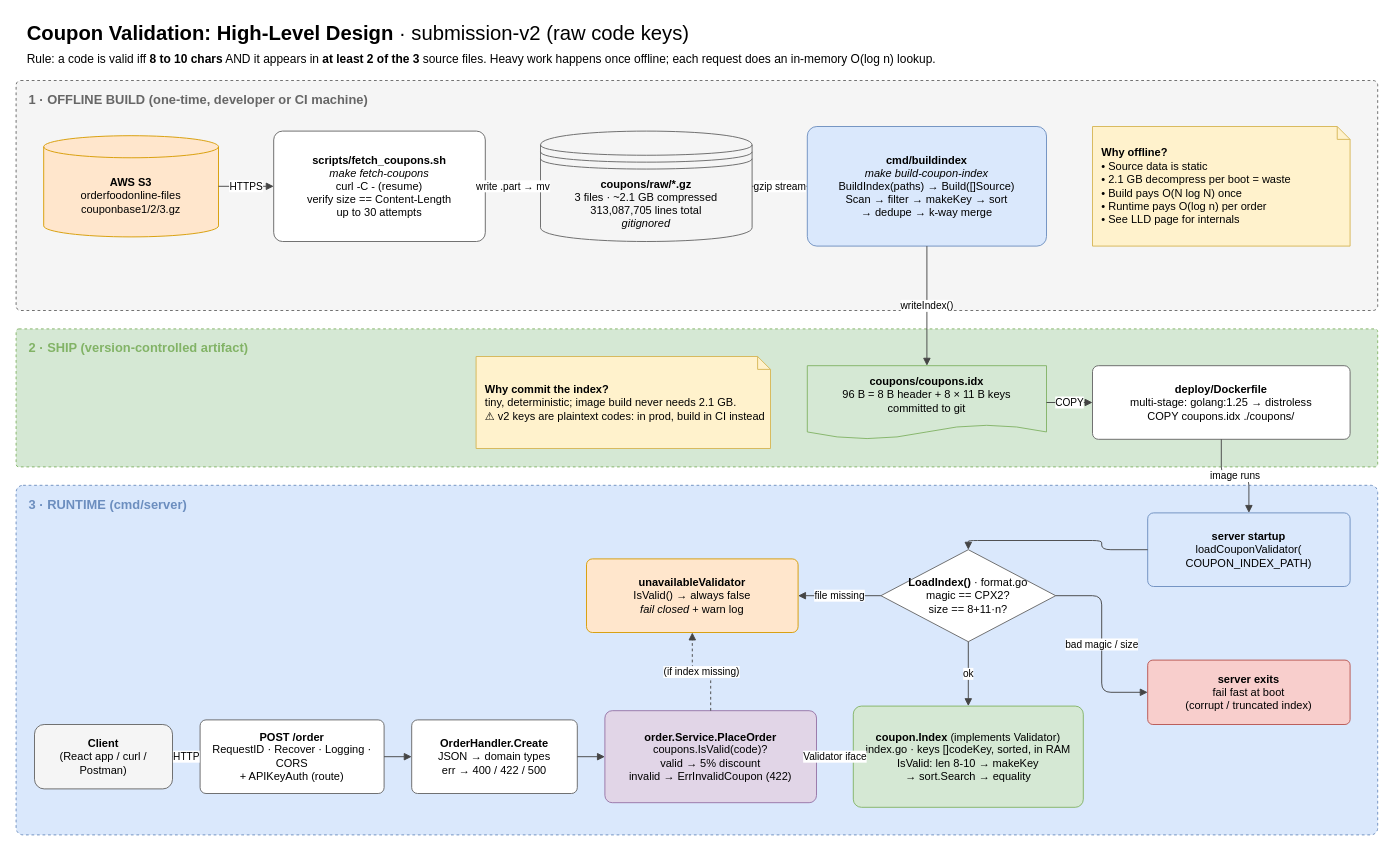
Above: page "HLD - Coupon validation" (1 of 4) of docs/diagrams/coupon.drawio in Vasanth-Korada/oolio-kart-challenge (draw.io), before the change. Source tidied: cells renumbered, new cells numbered last; positions are measured from the earlier drawing's top-left corner, leaving out a move shared by most shapes. Both pictures are drawn from the tidied source at 92%, with x=0, y=0 at pixel (16, 16).
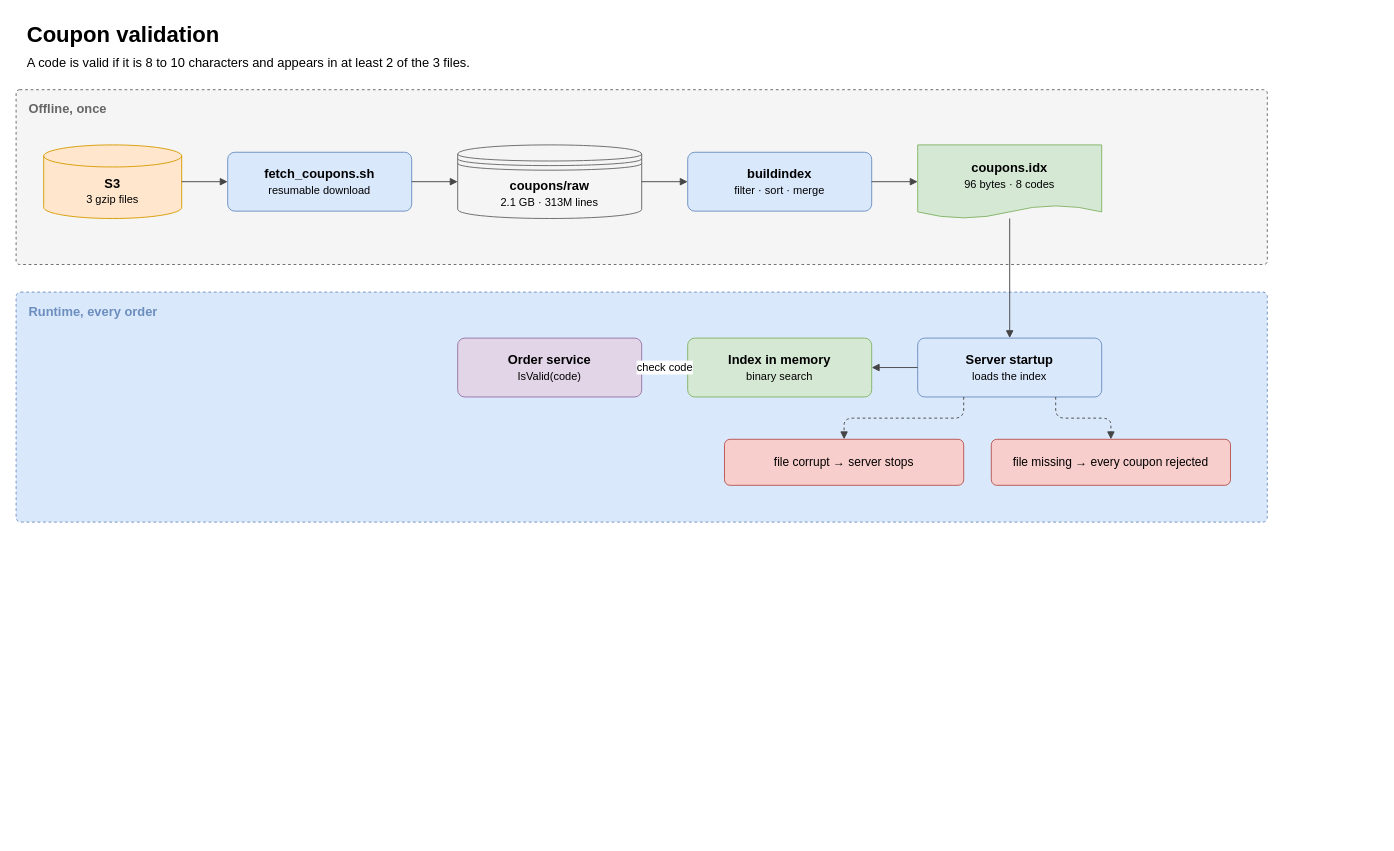
Above is the later version.

Diff of the diagram source:
```diff
@@
-    <mxCell id="2" value="&lt;b&gt;Coupon Validation: High-Level Design&lt;/b&gt;  ·  submission-v2 (raw code keys)" style="text;html=1;whiteSpace=wrap;align=left;verticalAlign=top;fontSize=22;" parent="1" vertex="1">
-      <mxGeometry x="10" width="900" height="30" as="geometry" />
-    </mxCell>
-    <mxCell id="3" value="Rule: a code is valid iff &lt;b&gt;8 to 10 chars&lt;/b&gt; AND it appears in &lt;b&gt;at least 2 of the 3&lt;/b&gt; source files. Heavy work happens once offline; each request does an in-memory O(log n) lookup." style="text;html=1;whiteSpace=wrap;align=left;verticalAlign=top;fontSize=13;" parent="1" vertex="1">
-      <mxGeometry x="10" y="32" width="1400" height="24" as="geometry" />
-    </mxCell>
-    <mxCell id="4" value="1 · OFFLINE BUILD (one-time, developer or CI machine)" style="rounded=1;arcSize=2;dashed=1;whiteSpace=wrap;html=1;fillColor=#f5f5f5;strokeColor=#666666;fontSize=12;verticalAlign=top;align=left;spacingLeft=12;spacingTop=6;fontStyle=1;fontSize=14;fontColor=#666666;" parent="1" vertex="1">
-      <mxGeometry y="70" width="1480" height="250" as="geometry" />
-    </mxCell>
-    <mxCell id="5" value="&lt;b&gt;AWS S3&lt;/b&gt;&lt;br&gt;orderfoodonline-files&lt;br&gt;couponbase1/2/3.gz" style="shape=cylinder3;boundedLbl=1;backgroundOutline=1;size=12;whiteSpace=wrap;html=1;fillColor=#ffe6cc;strokeColor=#d79b00;fontSize=12;" parent="1" vertex="1">
-      <mxGeometry x="30" y="130" width="190" height="110" as="geometry" />
-    </mxCell>
-    <mxCell id="6" value="&lt;b&gt;scripts/fetch_coupons.sh&lt;/b&gt;&lt;br&gt;&lt;i&gt;make fetch-coupons&lt;/i&gt;&lt;br&gt;curl -C - (resume)&lt;br&gt;verify size == Content-Length&lt;br&gt;up to 30 attempts" style="rounded=1;arcSize=8;whiteSpace=wrap;html=1;fillColor=#ffffff;strokeColor=#666666;fontSize=12;" parent="1" vertex="1">
-      <mxGeometry x="280" y="125" width="230" height="120" as="geometry" />
-    </mxCell>
-    <mxCell id="7" value="&lt;b&gt;coupons/raw/*.gz&lt;/b&gt;&lt;br&gt;3 files · ~2.1 GB compressed&lt;br&gt;313,087,705 lines total&lt;br&gt;&lt;i&gt;gitignored&lt;/i&gt;" style="shape=datastore;whiteSpace=wrap;html=1;fillColor=#f5f5f5;strokeColor=#666666;fontSize=12;" parent="1" vertex="1">
-      <mxGeometry x="570" y="125" width="230" height="120" as="geometry" />
-    </mxCell>
-    <mxCell id="8" value="&lt;b&gt;cmd/buildindex&lt;/b&gt;&lt;br&gt;&lt;i&gt;make build-coupon-index&lt;/i&gt;&lt;br&gt;BuildIndex(paths) → Build([]Source)&lt;br&gt;Scan → filter → makeKey → sort&lt;br&gt;→ dedupe → k-way merge" style="rounded=1;arcSize=8;whiteSpace=wrap;html=1;fillColor=#dae8fc;strokeColor=#6c8ebf;fontSize=12;" parent="1" vertex="1">
-      <mxGeometry x="860" y="120" width="260" height="130" as="geometry" />
-    </mxCell>
-    <mxCell id="9" value="&lt;b&gt;Why offline?&lt;/b&gt;&lt;br&gt;• Source data is static&lt;br&gt;• 2.1 GB decompress per boot = waste&lt;br&gt;• Build pays O(N log N) once&lt;br&gt;• Runtime pays O(log n) per order&lt;br&gt;• See LLD page for internals" style="shape=note;size=14;whiteSpace=wrap;html=1;fillColor=#fff2cc;strokeColor=#d6b656;fontSize=12;align=left;spacingLeft=8;" parent="1" vertex="1">
-      <mxGeometry x="1170" y="120" width="280" height="130" as="geometry" />
-    </mxCell>
-    <mxCell id="10" value="HTTPS" style="edgeStyle=orthogonalEdgeStyle;rounded=1;html=1;endArrow=block;endFill=1;strokeColor=#444444;fontSize=11;labelBackgroundColor=#ffffff;" parent="1" edge="1" source="5" target="6">
-      <mxGeometry relative="1" as="geometry" />
-    </mxCell>
-    <mxCell id="11" value="write .part → mv" style="edgeStyle=orthogonalEdgeStyle;rounded=1;html=1;endArrow=block;endFill=1;strokeColor=#444444;fontSize=11;labelBackgroundColor=#ffffff;" parent="1" edge="1" source="6" target="7">
-      <mxGeometry relative="1" as="geometry" />
-    </mxCell>
-    <mxCell id="12" value="gzip stream" style="edgeStyle=orthogonalEdgeStyle;rounded=1;html=1;endArrow=block;endFill=1;strokeColor=#444444;fontSize=11;labelBackgroundColor=#ffffff;" parent="1" edge="1" source="7" target="8">
-      <mxGeometry relative="1" as="geometry" />
-    </mxCell>
-    <mxCell id="13" value="2 · SHIP (version-controlled artifact)" style="rounded=1;arcSize=2;dashed=1;whiteSpace=wrap;html=1;fillColor=#d5e8d4;strokeColor=#82b366;fontSize=12;verticalAlign=top;align=left;spacingLeft=12;spacingTop=6;fontStyle=1;fontSize=14;fontColor=#82b366;" parent="1" vertex="1">
-      <mxGeometry y="340" width="1480" height="150" as="geometry" />
-    </mxCell>
-    <mxCell id="14" value="&lt;b&gt;coupons/coupons.idx&lt;/b&gt;&lt;br&gt;96 B = 8 B header + 8 × 11 B keys&lt;br&gt;committed to git" style="shape=document;boundedLbl=1;size=0.2;whiteSpace=wrap;html=1;fillColor=#d5e8d4;strokeColor=#82b366;fontSize=12;" parent="1" vertex="1">
-      <mxGeometry x="860" y="380" width="260" height="80" as="geometry" />
-    </mxCell>
-    <mxCell id="15" value="&lt;b&gt;deploy/Dockerfile&lt;/b&gt;&lt;br&gt;multi-stage: golang:1.25 → distroless&lt;br&gt;COPY coupons.idx ./coupons/" style="rounded=1;arcSize=8;whiteSpace=wrap;html=1;fillColor=#ffffff;strokeColor=#666666;fontSize=12;" parent="1" vertex="1">
-      <mxGeometry x="1170" y="380" width="280" height="80" as="geometry" />
-    </mxCell>
-    <mxCell id="16" value="&lt;b&gt;Why commit the index?&lt;/b&gt;&lt;br&gt;tiny, deterministic; image build never needs 2.1 GB.&lt;br&gt;⚠ v2 keys are plaintext codes: in prod, build in CI instead" style="shape=note;size=14;whiteSpace=wrap;html=1;fillColor=#fff2cc;strokeColor=#d6b656;fontSize=12;align=left;spacingLeft=8;" parent="1" vertex="1">
-      <mxGeometry x="500" y="370" width="320" height="100" as="geometry" />
-    </mxCell>
-    <mxCell id="17" value="writeIndex()" style="edgeStyle=orthogonalEdgeStyle;rounded=1;html=1;endArrow=block;endFill=1;strokeColor=#444444;fontSize=11;labelBackgroundColor=#ffffff;" parent="1" edge="1" source="8" target="14">
-      <mxGeometry relative="1" as="geometry" />
-    </mxCell>
-    <mxCell id="18" value="COPY" style="edgeStyle=orthogonalEdgeStyle;rounded=1;html=1;endArrow=block;endFill=1;strokeColor=#444444;fontSize=11;labelBackgroundColor=#ffffff;" parent="1" edge="1" source="14" target="15">
-      <mxGeometry relative="1" as="geometry" />
-    </mxCell>
-    <mxCell id="19" value="3 · RUNTIME (cmd/server)" style="rounded=1;arcSize=2;dashed=1;whiteSpace=wrap;html=1;fillColor=#dae8fc;strokeColor=#6c8ebf;fontSize=12;verticalAlign=top;align=left;spacingLeft=12;spacingTop=6;fontStyle=1;fontSize=14;fontColor=#6c8ebf;" parent="1" vertex="1">
-      <mxGeometry y="510" width="1480" height="380" as="geometry" />
-    </mxCell>
-    <mxCell id="20" value="&lt;b&gt;server startup&lt;/b&gt;&lt;br&gt;loadCouponValidator(&lt;br&gt;COUPON_INDEX_PATH)" style="rounded=1;arcSize=8;whiteSpace=wrap;html=1;fillColor=#dae8fc;strokeColor=#6c8ebf;fontSize=12;" parent="1" vertex="1">
-      <mxGeometry x="1230" y="540" width="220" height="80" as="geometry" />
-    </mxCell>
-    <mxCell id="21" value="&lt;b&gt;LoadIndex()&lt;/b&gt; · format.go&lt;br&gt;magic == CPX2?&lt;br&gt;size == 8+11·n?" style="rhombus;whiteSpace=wrap;html=1;fillColor=#ffffff;strokeColor=#666666;fontSize=12;" parent="1" vertex="1">
-      <mxGeometry x="940" y="580" width="190" height="100" as="geometry" />
-    </mxCell>
-    <mxCell id="22" value="&lt;b&gt;unavailableValidator&lt;/b&gt;&lt;br&gt;IsValid() → always false&lt;br&gt;&lt;i&gt;fail closed&lt;/i&gt; + warn log" style="rounded=1;arcSize=8;whiteSpace=wrap;html=1;fillColor=#ffe6cc;strokeColor=#d79b00;fontSize=12;" parent="1" vertex="1">
-      <mxGeometry x="620" y="590" width="230" height="80" as="geometry" />
-    </mxCell>
-    <mxCell id="23" value="&lt;b&gt;server exits&lt;/b&gt;&lt;br&gt;fail fast at boot&lt;br&gt;(corrupt / truncated index)" style="rounded=1;arcSize=8;whiteSpace=wrap;html=1;fillColor=#f8cecc;strokeColor=#b85450;fontSize=12;" parent="1" vertex="1">
-      <mxGeometry x="1230" y="700" width="220" height="70" as="geometry" />
-    </mxCell>
-    <mxCell id="24" value="&lt;b&gt;coupon.Index&lt;/b&gt; (implements Validator)&lt;br&gt;index.go · keys []codeKey, sorted, in RAM&lt;br&gt;IsValid: len 8-10 → makeKey&lt;br&gt;→ sort.Search → equality" style="rounded=1;arcSize=8;whiteSpace=wrap;html=1;fillColor=#d5e8d4;strokeColor=#82b366;fontSize=12;" parent="1" vertex="1">
-      <mxGeometry x="910" y="750" width="250" height="110" as="geometry" />
-    </mxCell>
-    <mxCell id="25" value="image runs" style="edgeStyle=orthogonalEdgeStyle;rounded=1;html=1;endArrow=block;endFill=1;strokeColor=#444444;fontSize=11;labelBackgroundColor=#ffffff;" parent="1" edge="1" source="15" target="20">
-      <mxGeometry relative="1" as="geometry" />
-    </mxCell>
-    <mxCell id="26" style="edgeStyle=orthogonalEdgeStyle;rounded=1;html=1;endArrow=block;endFill=1;strokeColor=#444444;fontSize=11;labelBackgroundColor=#ffffff;exitX=0;exitY=0.5;entryX=0.5;entryY=0;" parent="1" edge="1" source="20" target="21">
-      <mxGeometry relative="1" as="geometry" />
-    </mxCell>
-    <mxCell id="27" value="file missing" style="edgeStyle=orthogonalEdgeStyle;rounded=1;html=1;endArrow=block;endFill=1;strokeColor=#444444;fontSize=11;labelBackgroundColor=#ffffff;exitX=0;exitY=0.5;entryX=1;entryY=0.5;" parent="1" edge="1" source="21" target="22">
-      <mxGeometry relative="1" as="geometry" />
-    </mxCell>
-    <mxCell id="28" value="bad magic / size" style="edgeStyle=orthogonalEdgeStyle;rounded=1;html=1;endArrow=block;endFill=1;strokeColor=#444444;fontSize=11;labelBackgroundColor=#ffffff;exitX=1;exitY=0.5;entryX=0;entryY=0.5;" parent="1" edge="1" source="21" target="23">
-      <mxGeometry relative="1" as="geometry" />
-    </mxCell>
-    <mxCell id="29" value="ok" style="edgeStyle=orthogonalEdgeStyle;rounded=1;html=1;endArrow=block;endFill=1;strokeColor=#444444;fontSize=11;labelBackgroundColor=#ffffff;exitX=0.5;exitY=1;entryX=0.5;entryY=0;" parent="1" edge="1" source="21" target="24">
-      <mxGeometry relative="1" as="geometry" />
-    </mxCell>
-    <mxCell id="30" value="&lt;b&gt;Client&lt;/b&gt;&lt;br&gt;(React app / curl / Postman)" style="rounded=1;whiteSpace=wrap;html=1;fillColor=#f5f5f5;strokeColor=#666666;fontSize=12;" parent="1" vertex="1">
-      <mxGeometry x="20" y="770" width="150" height="70" as="geometry" />
-    </mxCell>
-    <mxCell id="31" value="&lt;b&gt;POST /order&lt;/b&gt;&lt;br&gt;RequestID · Recover · Logging · CORS&lt;br&gt;+ APIKeyAuth (route)" style="rounded=1;arcSize=8;whiteSpace=wrap;html=1;fillColor=#ffffff;strokeColor=#666666;fontSize=12;" parent="1" vertex="1">
-      <mxGeometry x="200" y="765" width="200" height="80" as="geometry" />
-    </mxCell>
-    <mxCell id="32" value="&lt;b&gt;OrderHandler.Create&lt;/b&gt;&lt;br&gt;JSON → domain types&lt;br&gt;err → 400 / 422 / 500" style="rounded=1;arcSize=8;whiteSpace=wrap;html=1;fillColor=#ffffff;strokeColor=#666666;fontSize=12;" parent="1" vertex="1">
-      <mxGeometry x="430" y="765" width="180" height="80" as="geometry" />
-    </mxCell>
-    <mxCell id="33" value="&lt;b&gt;order.Service.PlaceOrder&lt;/b&gt;&lt;br&gt;coupons.IsValid(code)?&lt;br&gt;valid → 5% discount&lt;br&gt;invalid → ErrInvalidCoupon (422)" style="rounded=1;arcSize=8;whiteSpace=wrap;html=1;fillColor=#e1d5e7;strokeColor=#9673a6;fontSize=12;" parent="1" vertex="1">
-      <mxGeometry x="640" y="755" width="230" height="100" as="geometry" />
-    </mxCell>
-    <mxCell id="34" value="HTTP" style="edgeStyle=orthogonalEdgeStyle;rounded=1;html=1;endArrow=block;endFill=1;strokeColor=#444444;fontSize=11;labelBackgroundColor=#ffffff;" parent="1" edge="1" source="30" target="31">
-      <mxGeometry relative="1" as="geometry" />
-    </mxCell>
-    <mxCell id="35" style="edgeStyle=orthogonalEdgeStyle;rounded=1;html=1;endArrow=block;endFill=1;strokeColor=#444444;fontSize=11;labelBackgroundColor=#ffffff;" parent="1" edge="1" source="31" target="32">
-      <mxGeometry relative="1" as="geometry" />
-    </mxCell>
-    <mxCell id="36" style="edgeStyle=orthogonalEdgeStyle;rounded=1;html=1;endArrow=block;endFill=1;strokeColor=#444444;fontSize=11;labelBackgroundColor=#ffffff;" parent="1" edge="1" source="32" target="33">
-      <mxGeometry relative="1" as="geometry" />
-    </mxCell>
-    <mxCell id="37" value="Validator iface" style="edgeStyle=orthogonalEdgeStyle;rounded=1;html=1;endArrow=block;endFill=1;strokeColor=#444444;fontSize=11;labelBackgroundColor=#ffffff;" parent="1" edge="1" source="33" target="24">
-      <mxGeometry relative="1" as="geometry" />
-    </mxCell>
-    <mxCell id="38" value="(if index missing)" style="edgeStyle=orthogonalEdgeStyle;rounded=1;html=1;endArrow=block;endFill=1;strokeColor=#444444;fontSize=11;labelBackgroundColor=#ffffff;dashed=1;" parent="1" edge="1" source="33" target="22">
-      <mxGeometry relative="1" as="geometry" />
-    </mxCell>
+    <mxCell id="39" value="&lt;b&gt;Coupon validation&lt;/b&gt;" style="text;html=1;whiteSpace=wrap;align=left;verticalAlign=top;fontSize=24;" parent="1" vertex="1">
+      <mxGeometry x="10" width="1300" height="32" as="geometry" />
+    </mxCell>
+    <mxCell id="40" value="A code is valid if it is 8 to 10 characters and appears in at least 2 of the 3 files." style="text;html=1;whiteSpace=wrap;align=left;verticalAlign=top;fontSize=14;" parent="1" vertex="1">
+      <mxGeometry x="10" y="36" width="1300" height="24" as="geometry" />
+    </mxCell>
+    <mxCell id="41" value="Offline, once" style="rounded=1;arcSize=2;dashed=1;whiteSpace=wrap;html=1;fillColor=#f5f5f5;strokeColor=#666666;fontSize=12;verticalAlign=top;align=left;spacingLeft=12;spacingTop=6;fontStyle=1;fontSize=14;fontColor=#666666;" parent="1" vertex="1">
+      <mxGeometry y="80" width="1360" height="190" as="geometry" />
+    </mxCell>
+    <mxCell id="42" value="&lt;b&gt;S3&lt;/b&gt;&lt;br&gt;&lt;span style='font-size:12px'&gt;3 gzip files&lt;/span&gt;" style="shape=cylinder3;boundedLbl=1;backgroundOutline=1;size=12;whiteSpace=wrap;html=1;fillColor=#ffe6cc;strokeColor=#d79b00;fontSize=12;fontSize=14;" parent="1" vertex="1">
+      <mxGeometry x="30" y="140" width="150" height="80" as="geometry" />
+    </mxCell>
+    <mxCell id="43" value="&lt;b&gt;fetch_coupons.sh&lt;/b&gt;&lt;br&gt;&lt;span style='font-size:12px'&gt;resumable download&lt;/span&gt;" style="rounded=1;arcSize=12;whiteSpace=wrap;html=1;fillColor=#dae8fc;strokeColor=#6c8ebf;fontSize=12;fontSize=14;" parent="1" vertex="1">
+      <mxGeometry x="230" y="148" width="200" height="64" as="geometry" />
+    </mxCell>
+    <mxCell id="44" value="&lt;b&gt;coupons/raw&lt;/b&gt;&lt;br&gt;&lt;span style='font-size:12px'&gt;2.1 GB · 313M lines&lt;/span&gt;" style="shape=datastore;whiteSpace=wrap;html=1;fillColor=#f5f5f5;strokeColor=#666666;fontSize=12;fontSize=14;" parent="1" vertex="1">
+      <mxGeometry x="480" y="140" width="200" height="80" as="geometry" />
+    </mxCell>
+    <mxCell id="45" value="&lt;b&gt;buildindex&lt;/b&gt;&lt;br&gt;&lt;span style='font-size:12px'&gt;filter · sort · merge&lt;/span&gt;" style="rounded=1;arcSize=12;whiteSpace=wrap;html=1;fillColor=#dae8fc;strokeColor=#6c8ebf;fontSize=12;fontSize=14;" parent="1" vertex="1">
+      <mxGeometry x="730" y="148" width="200" height="64" as="geometry" />
+    </mxCell>
+    <mxCell id="46" value="&lt;b&gt;coupons.idx&lt;/b&gt;&lt;br&gt;&lt;span style='font-size:12px'&gt;96 bytes · 8 codes&lt;/span&gt;" style="shape=document;boundedLbl=1;size=0.18;whiteSpace=wrap;html=1;fillColor=#d5e8d4;strokeColor=#82b366;fontSize=12;fontSize=14;" parent="1" vertex="1">
+      <mxGeometry x="980" y="140" width="200" height="80" as="geometry" />
+    </mxCell>
+    <mxCell id="47" style="edgeStyle=orthogonalEdgeStyle;rounded=1;html=1;endArrow=block;endFill=1;strokeColor=#444444;fontSize=11;labelBackgroundColor=#ffffff;fontSize=12;" parent="1" edge="1" source="42" target="43">
+      <mxGeometry relative="1" as="geometry" />
+    </mxCell>
+    <mxCell id="48" style="edgeStyle=orthogonalEdgeStyle;rounded=1;html=1;endArrow=block;endFill=1;strokeColor=#444444;fontSize=11;labelBackgroundColor=#ffffff;fontSize=12;" parent="1" edge="1" source="43" target="44">
+      <mxGeometry relative="1" as="geometry" />
+    </mxCell>
+    <mxCell id="49" style="edgeStyle=orthogonalEdgeStyle;rounded=1;html=1;endArrow=block;endFill=1;strokeColor=#444444;fontSize=11;labelBackgroundColor=#ffffff;fontSize=12;" parent="1" edge="1" source="44" target="45">
+      <mxGeometry relative="1" as="geometry" />
+    </mxCell>
+    <mxCell id="50" style="edgeStyle=orthogonalEdgeStyle;rounded=1;html=1;endArrow=block;endFill=1;strokeColor=#444444;fontSize=11;labelBackgroundColor=#ffffff;fontSize=12;" parent="1" edge="1" source="45" target="46">
+      <mxGeometry relative="1" as="geometry" />
+    </mxCell>
+    <mxCell id="51" value="Runtime, every order" style="rounded=1;arcSize=2;dashed=1;whiteSpace=wrap;html=1;fillColor=#dae8fc;strokeColor=#6c8ebf;fontSize=12;verticalAlign=top;align=left;spacingLeft=12;spacingTop=6;fontStyle=1;fontSize=14;fontColor=#6c8ebf;" parent="1" vertex="1">
+      <mxGeometry y="300" width="1360" height="250" as="geometry" />
+    </mxCell>
+    <mxCell id="52" value="&lt;b&gt;Server startup&lt;/b&gt;&lt;br&gt;&lt;span style='font-size:12px'&gt;loads the index&lt;/span&gt;" style="rounded=1;arcSize=12;whiteSpace=wrap;html=1;fillColor=#dae8fc;strokeColor=#6c8ebf;fontSize=12;fontSize=14;" parent="1" vertex="1">
+      <mxGeometry x="980" y="350" width="200" height="64" as="geometry" />
+    </mxCell>
+    <mxCell id="53" value="&lt;b&gt;Index in memory&lt;/b&gt;&lt;br&gt;&lt;span style='font-size:12px'&gt;binary search&lt;/span&gt;" style="rounded=1;arcSize=12;whiteSpace=wrap;html=1;fillColor=#d5e8d4;strokeColor=#82b366;fontSize=12;fontSize=14;" parent="1" vertex="1">
+      <mxGeometry x="730" y="350" width="200" height="64" as="geometry" />
+    </mxCell>
+    <mxCell id="54" value="&lt;b&gt;Order service&lt;/b&gt;&lt;br&gt;&lt;span style='font-size:12px'&gt;IsValid(code)&lt;/span&gt;" style="rounded=1;arcSize=12;whiteSpace=wrap;html=1;fillColor=#e1d5e7;strokeColor=#9673a6;fontSize=12;fontSize=14;" parent="1" vertex="1">
+      <mxGeometry x="480" y="350" width="200" height="64" as="geometry" />
+    </mxCell>
+    <mxCell id="55" style="edgeStyle=orthogonalEdgeStyle;rounded=1;html=1;endArrow=block;endFill=1;strokeColor=#444444;fontSize=11;labelBackgroundColor=#ffffff;fontSize=12;exitX=0.5;exitY=1;entryX=0.5;entryY=0;" parent="1" edge="1" source="46" target="52">
+      <mxGeometry relative="1" as="geometry" />
+    </mxCell>
+    <mxCell id="56" style="edgeStyle=orthogonalEdgeStyle;rounded=1;html=1;endArrow=block;endFill=1;strokeColor=#444444;fontSize=11;labelBackgroundColor=#ffffff;fontSize=12;" parent="1" edge="1" source="52" target="53">
+      <mxGeometry relative="1" as="geometry" />
+    </mxCell>
+    <mxCell id="57" value="check code" style="edgeStyle=orthogonalEdgeStyle;rounded=1;html=1;endArrow=block;endFill=1;strokeColor=#444444;fontSize=11;labelBackgroundColor=#ffffff;fontSize=12;" parent="1" edge="1" source="54" target="53">
+      <mxGeometry relative="1" as="geometry" />
+    </mxCell>
+    <mxCell id="58" value="file missing → every coupon rejected" style="rounded=1;arcSize=12;whiteSpace=wrap;html=1;fillColor=#f8cecc;strokeColor=#b85450;fontSize=12;fontSize=13;" parent="1" vertex="1">
+      <mxGeometry x="1060" y="460" width="260" height="50" as="geometry" />
+    </mxCell>
+    <mxCell id="59" value="file corrupt → server stops" style="rounded=1;arcSize=12;whiteSpace=wrap;html=1;fillColor=#f8cecc;strokeColor=#b85450;fontSize=12;fontSize=13;" parent="1" vertex="1">
+      <mxGeometry x="770" y="460" width="260" height="50" as="geometry" />
+    </mxCell>
+    <mxCell id="60" style="edgeStyle=orthogonalEdgeStyle;rounded=1;html=1;endArrow=block;endFill=1;strokeColor=#444444;fontSize=11;labelBackgroundColor=#ffffff;fontSize=12;dashed=1;exitX=0.75;exitY=1;entryX=0.5;entryY=0;" parent="1" edge="1" source="52" target="58">
+      <mxGeometry relative="1" as="geometry" />
+    </mxCell>
+    <mxCell id="61" style="edgeStyle=orthogonalEdgeStyle;rounded=1;html=1;endArrow=block;endFill=1;strokeColor=#444444;fontSize=11;labelBackgroundColor=#ffffff;fontSize=12;dashed=1;exitX=0.25;exitY=1;entryX=0.5;entryY=0;" parent="1" edge="1" source="52" target="59">
+      <mxGeometry relative="1" as="geometry" />
+    </mxCell>
```
